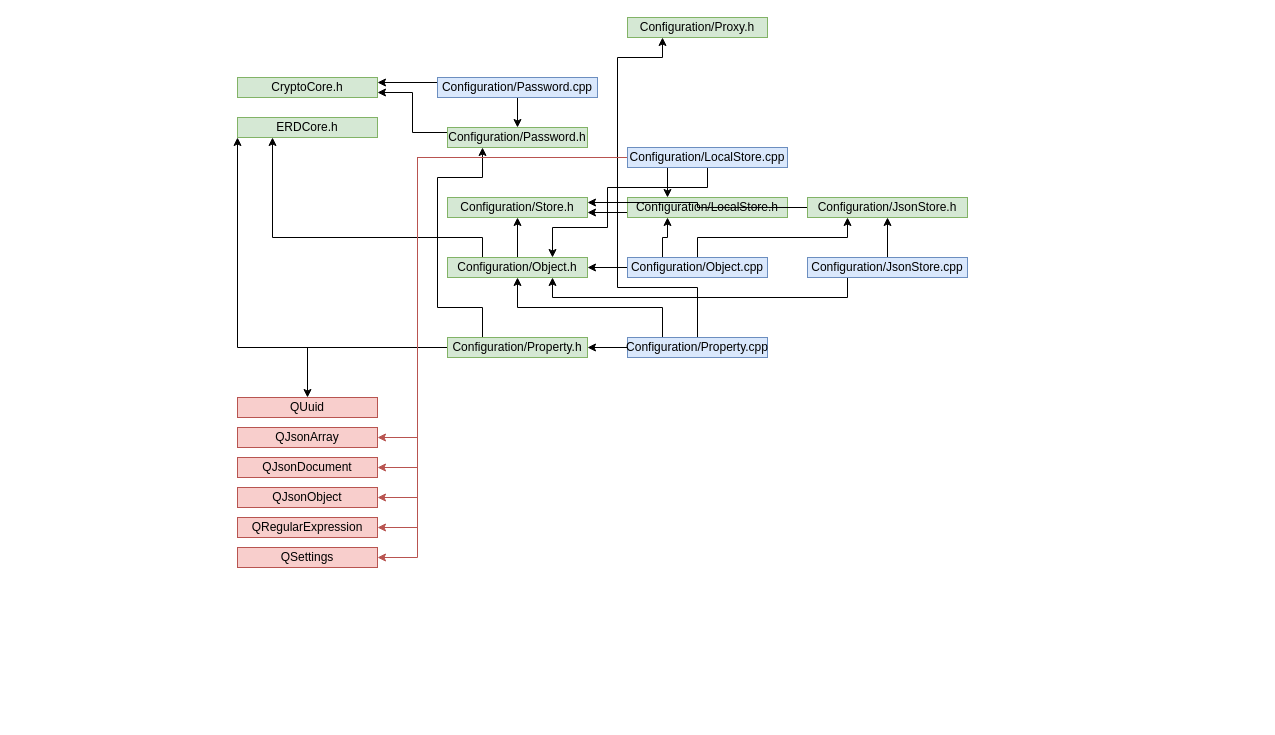
Earlier version of the draw.io diagram ERD Зависимости.drawio (OMRKiruha/Diagramms). Source tidied: cells renumbered, new cells numbered last; positions are measured from the earlier drawing's top-left corner, leaving out a move shared by most shapes. Both pictures are drawn from the tidied source at 100%, with x=0, y=0 at pixel (237, 17).
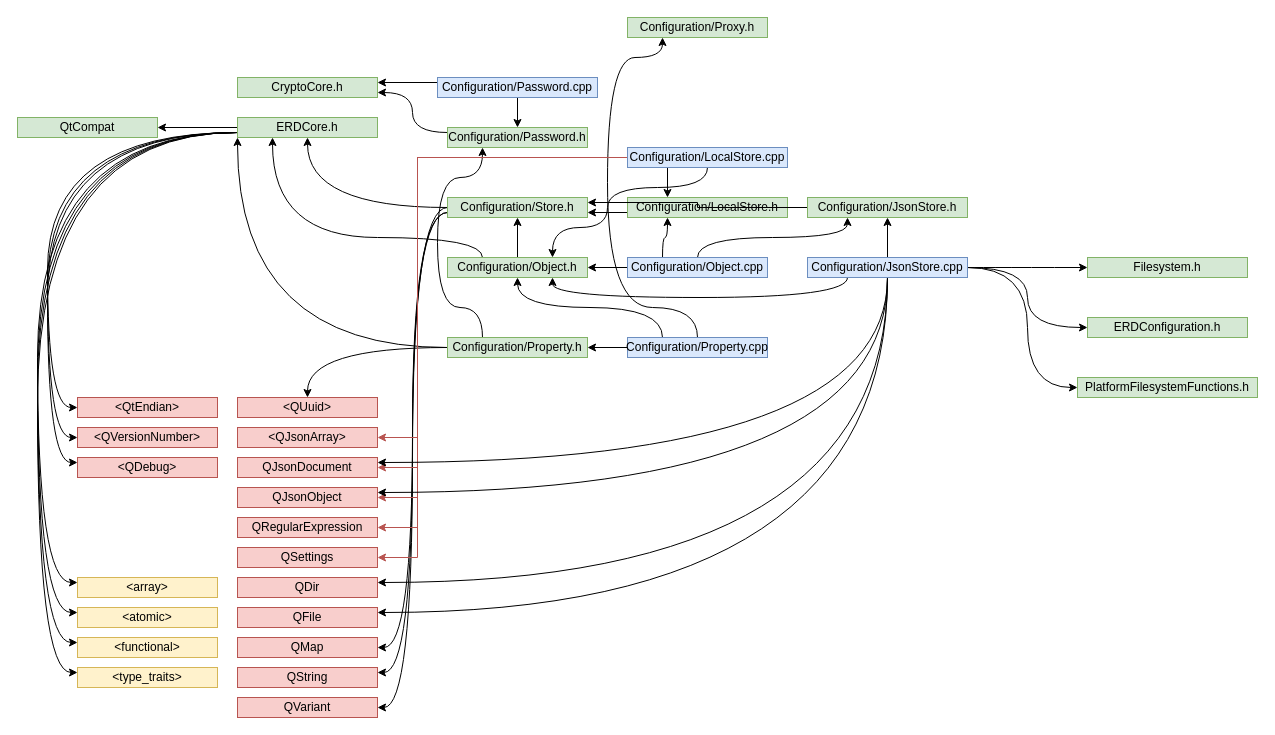
The same diagram, later.

Unchanged cells that the change refers to:
```xml
<mxCell id="2" value="ERDCore.h" style="rounded=0;whiteSpace=wrap;html=1;fillColor=#d5e8d4;strokeColor=#82b366;" parent="1" vertex="1">
  <mxGeometry y="100" width="140" height="20" as="geometry" />
</mxCell>
<mxCell id="3" value="Configuration/Store.h" style="rounded=0;whiteSpace=wrap;html=1;fillColor=#d5e8d4;strokeColor=#82b366;" parent="1" vertex="1">
  <mxGeometry x="210" y="180" width="140" height="20" as="geometry" />
</mxCell>
<mxCell id="6" value="Configuration/Object.h" style="rounded=0;whiteSpace=wrap;html=1;fillColor=#d5e8d4;strokeColor=#82b366;" parent="1" vertex="1">
  <mxGeometry x="210" y="240" width="140" height="20" as="geometry" />
</mxCell>
<mxCell id="10" value="Configuration/Object.cpp" style="rounded=0;whiteSpace=wrap;html=1;fillColor=#dae8fc;strokeColor=#6c8ebf;" parent="1" vertex="1">
  <mxGeometry x="390" y="240" width="140" height="20" as="geometry" />
</mxCell>
<mxCell id="12" value="Configuration/LocalStore.h" style="rounded=0;whiteSpace=wrap;html=1;fillColor=#d5e8d4;strokeColor=#82b366;" parent="1" vertex="1">
  <mxGeometry x="390" y="180" width="160" height="20" as="geometry" />
</mxCell>
<mxCell id="14" value="Configuration/JsonStore.h" style="rounded=0;whiteSpace=wrap;html=1;fillColor=#d5e8d4;strokeColor=#82b366;" parent="1" vertex="1">
  <mxGeometry x="570" y="180" width="160" height="20" as="geometry" />
</mxCell>
<mxCell id="18" value="Configuration/Property.h" style="rounded=0;whiteSpace=wrap;html=1;fillColor=#d5e8d4;strokeColor=#82b366;" parent="1" vertex="1">
  <mxGeometry x="210" y="320" width="140" height="20" as="geometry" />
</mxCell>
<mxCell id="22" value="Configuration/Property.cpp" style="rounded=0;whiteSpace=wrap;html=1;fillColor=#dae8fc;strokeColor=#6c8ebf;" parent="1" vertex="1">
  <mxGeometry x="390" y="320" width="140" height="20" as="geometry" />
</mxCell>
<mxCell id="25" value="Configuration/Password.h" style="rounded=0;whiteSpace=wrap;html=1;fillColor=#d5e8d4;strokeColor=#82b366;" parent="1" vertex="1">
  <mxGeometry x="210" y="110" width="140" height="20" as="geometry" />
</mxCell>
<mxCell id="26" value="Configuration/Proxy.h" style="rounded=0;whiteSpace=wrap;html=1;fillColor=#d5e8d4;strokeColor=#82b366;" parent="1" vertex="1">
  <mxGeometry x="390" width="140" height="20" as="geometry" />
</mxCell>
<mxCell id="27" value="CryptoCore.h" style="rounded=0;whiteSpace=wrap;html=1;fillColor=#d5e8d4;strokeColor=#82b366;" parent="1" vertex="1">
  <mxGeometry y="60" width="140" height="20" as="geometry" />
</mxCell>
<mxCell id="38" value="Configuration/LocalStore.cpp" style="rounded=0;whiteSpace=wrap;html=1;fillColor=#dae8fc;strokeColor=#6c8ebf;" parent="1" vertex="1">
  <mxGeometry x="390" y="130" width="160" height="20" as="geometry" />
</mxCell>
<mxCell id="40" value="QJsonDocument" style="rounded=0;whiteSpace=wrap;html=1;fillColor=#f8cecc;strokeColor=#b85450;" parent="1" vertex="1">
  <mxGeometry y="440" width="140" height="20" as="geometry" />
</mxCell>
<mxCell id="41" value="QJsonObject" style="rounded=0;whiteSpace=wrap;html=1;fillColor=#f8cecc;strokeColor=#b85450;" parent="1" vertex="1">
  <mxGeometry y="470" width="140" height="20" as="geometry" />
</mxCell>
<mxCell id="43" value="QSettings" style="rounded=0;whiteSpace=wrap;html=1;fillColor=#f8cecc;strokeColor=#b85450;" parent="1" vertex="1">
  <mxGeometry y="530" width="140" height="20" as="geometry" />
</mxCell>
<mxCell id="46" value="Configuration/JsonStore.cpp" style="rounded=0;whiteSpace=wrap;html=1;fillColor=#dae8fc;strokeColor=#6c8ebf;" parent="1" vertex="1">
  <mxGeometry x="570" y="240" width="160" height="20" as="geometry" />
</mxCell>
```

The edit, as a diff of the source:
```diff
@@
+    <mxCell id="47" style="edgeStyle=orthogonalEdgeStyle;rounded=0;jettySize=auto;html=1;exitX=0;exitY=0.5;exitDx=0;exitDy=0;entryX=1;entryY=0.5;entryDx=0;entryDy=0;strokeColor=default;" parent="1" edge="1" source="2" target="74">
+      <mxGeometry relative="1" as="geometry" />
+    </mxCell>
+    <mxCell id="48" style="edgeStyle=orthogonalEdgeStyle;curved=1;jettySize=auto;html=1;exitX=0;exitY=0.75;exitDx=0;exitDy=0;entryX=0;entryY=0.5;entryDx=0;entryDy=0;strokeColor=default;" parent="1" edge="1" source="2" target="75">
+      <mxGeometry relative="1" as="geometry">
+        <Array as="points">
+          <mxPoint x="-190" y="115" />
+          <mxPoint x="-190" y="390" />
+        </Array>
+      </mxGeometry>
+    </mxCell>
+    <mxCell id="49" style="edgeStyle=orthogonalEdgeStyle;curved=1;jettySize=auto;html=1;exitX=0;exitY=0.75;exitDx=0;exitDy=0;entryX=0;entryY=0.5;entryDx=0;entryDy=0;strokeColor=default;" parent="1" edge="1" source="2" target="76">
+      <mxGeometry relative="1" as="geometry">
+        <Array as="points">
+          <mxPoint x="-190" y="115" />
+          <mxPoint x="-190" y="420" />
+        </Array>
+      </mxGeometry>
+    </mxCell>
+    <mxCell id="50" style="edgeStyle=orthogonalEdgeStyle;curved=1;jettySize=auto;html=1;exitX=0;exitY=0.75;exitDx=0;exitDy=0;entryX=0;entryY=0.25;entryDx=0;entryDy=0;strokeColor=default;" parent="1" edge="1" source="2" target="77">
+      <mxGeometry relative="1" as="geometry">
+        <Array as="points">
+          <mxPoint x="-190" y="115" />
+          <mxPoint x="-190" y="445" />
+        </Array>
+      </mxGeometry>
+    </mxCell>
+    <mxCell id="51" style="edgeStyle=orthogonalEdgeStyle;curved=1;jettySize=auto;html=1;exitX=0;exitY=0.75;exitDx=0;exitDy=0;entryX=0;entryY=0.25;entryDx=0;entryDy=0;strokeColor=default;" parent="1" edge="1" source="2" target="78">
+      <mxGeometry relative="1" as="geometry">
+        <Array as="points">
+          <mxPoint x="-200" y="115" />
+          <mxPoint x="-200" y="565" />
+        </Array>
+      </mxGeometry>
+    </mxCell>
+    <mxCell id="52" style="edgeStyle=orthogonalEdgeStyle;curved=1;jettySize=auto;html=1;exitX=0;exitY=0.75;exitDx=0;exitDy=0;entryX=0;entryY=0.25;entryDx=0;entryDy=0;strokeColor=default;" parent="1" edge="1" source="2" target="79">
+      <mxGeometry relative="1" as="geometry">
+        <Array as="points">
+          <mxPoint x="-200" y="115" />
+          <mxPoint x="-200" y="595" />
+        </Array>
+      </mxGeometry>
+    </mxCell>
+    <mxCell id="53" style="edgeStyle=orthogonalEdgeStyle;curved=1;jettySize=auto;html=1;exitX=0;exitY=0.75;exitDx=0;exitDy=0;entryX=0;entryY=0.25;entryDx=0;entryDy=0;strokeColor=default;" parent="1" edge="1" source="2" target="80">
+      <mxGeometry relative="1" as="geometry">
+        <Array as="points">
+          <mxPoint x="-200" y="115" />
+          <mxPoint x="-200" y="625" />
+        </Array>
+      </mxGeometry>
+    </mxCell>
+    <mxCell id="54" style="edgeStyle=orthogonalEdgeStyle;curved=1;jettySize=auto;html=1;exitX=0;exitY=0.75;exitDx=0;exitDy=0;entryX=0;entryY=0.25;entryDx=0;entryDy=0;strokeColor=default;" parent="1" edge="1" source="2" target="81">
+      <mxGeometry relative="1" as="geometry">
+        <Array as="points">
+          <mxPoint x="-200" y="115" />
+          <mxPoint x="-200" y="655" />
+        </Array>
+      </mxGeometry>
+    </mxCell>
@@
+    <mxCell id="55" style="edgeStyle=orthogonalEdgeStyle;curved=1;jettySize=auto;html=1;exitX=0;exitY=0.5;exitDx=0;exitDy=0;entryX=0.5;entryY=1;entryDx=0;entryDy=0;strokeColor=default;" parent="1" edge="1" source="3" target="2">
+      <mxGeometry relative="1" as="geometry" />
+    </mxCell>
+    <mxCell id="56" style="edgeStyle=orthogonalEdgeStyle;curved=1;jettySize=auto;html=1;exitX=0;exitY=0.75;exitDx=0;exitDy=0;entryX=1;entryY=0.5;entryDx=0;entryDy=0;strokeColor=default;" parent="1" edge="1" source="3" target="71">
+      <mxGeometry relative="1" as="geometry" />
+    </mxCell>
+    <mxCell id="57" style="edgeStyle=orthogonalEdgeStyle;curved=1;jettySize=auto;html=1;exitX=0;exitY=0.75;exitDx=0;exitDy=0;entryX=1;entryY=0.25;entryDx=0;entryDy=0;strokeColor=default;" parent="1" edge="1" source="3" target="72">
+      <mxGeometry relative="1" as="geometry" />
+    </mxCell>
+    <mxCell id="58" style="edgeStyle=orthogonalEdgeStyle;curved=1;jettySize=auto;html=1;exitX=0;exitY=0.5;exitDx=0;exitDy=0;entryX=1;entryY=0.5;entryDx=0;entryDy=0;strokeColor=default;" parent="1" edge="1" source="3" target="73">
+      <mxGeometry relative="1" as="geometry" />
+    </mxCell>
@@
-    <mxCell id="5" style="edgeStyle=orthogonalEdgeStyle;rounded=0;jettySize=auto;html=1;exitX=0.25;exitY=0;exitDx=0;exitDy=0;entryX=0.25;entryY=1;entryDx=0;entryDy=0;" parent="1" edge="1" source="6" target="2">
+    <mxCell id="5" style="edgeStyle=orthogonalEdgeStyle;jettySize=auto;html=1;exitX=0.25;exitY=0;exitDx=0;exitDy=0;entryX=0.25;entryY=1;entryDx=0;entryDy=0;curved=1;" parent="1" edge="1" source="6" target="2">
       <mxGeometry relative="1" as="geometry">
         <Array as="points">
           <mxPoint x="245" y="220" />
           <mxPoint x="35" y="220" />
         </Array>
       </mxGeometry>
     </mxCell>
@@
-    <mxCell id="8" style="edgeStyle=orthogonalEdgeStyle;rounded=0;jettySize=auto;html=1;exitX=0.25;exitY=0;exitDx=0;exitDy=0;entryX=0.25;entryY=1;entryDx=0;entryDy=0;" parent="1" edge="1" source="10" target="12">
+    <mxCell id="8" style="edgeStyle=orthogonalEdgeStyle;jettySize=auto;html=1;exitX=0.25;exitY=0;exitDx=0;exitDy=0;entryX=0.25;entryY=1;entryDx=0;entryDy=0;curved=1;" parent="1" edge="1" source="10" target="12">
       <mxGeometry relative="1" as="geometry" />
     </mxCell>
-    <mxCell id="9" style="edgeStyle=orthogonalEdgeStyle;rounded=0;jettySize=auto;html=1;exitX=0.5;exitY=0;exitDx=0;exitDy=0;entryX=0.25;entryY=1;entryDx=0;entryDy=0;" parent="1" edge="1" source="10" target="14">
+    <mxCell id="9" style="edgeStyle=orthogonalEdgeStyle;jettySize=auto;html=1;exitX=0.5;exitY=0;exitDx=0;exitDy=0;entryX=0.25;entryY=1;entryDx=0;entryDy=0;curved=1;" parent="1" edge="1" source="10" target="14">
       <mxGeometry relative="1" as="geometry" />
     </mxCell>
@@
-    <mxCell id="15" style="edgeStyle=orthogonalEdgeStyle;rounded=0;jettySize=auto;html=1;exitX=0;exitY=0.5;exitDx=0;exitDy=0;entryX=0.5;entryY=0;entryDx=0;entryDy=0;" parent="1" edge="1" source="18" target="23">
+    <mxCell id="15" style="edgeStyle=orthogonalEdgeStyle;jettySize=auto;html=1;exitX=0;exitY=0.5;exitDx=0;exitDy=0;entryX=0.5;entryY=0;entryDx=0;entryDy=0;curved=1;" parent="1" edge="1" source="18" target="23">
       <mxGeometry relative="1" as="geometry" />
     </mxCell>
-    <mxCell id="16" style="edgeStyle=orthogonalEdgeStyle;rounded=0;jettySize=auto;html=1;exitX=0;exitY=0.5;exitDx=0;exitDy=0;entryX=0;entryY=1;entryDx=0;entryDy=0;" parent="1" edge="1" source="18" target="2">
+    <mxCell id="16" style="edgeStyle=orthogonalEdgeStyle;jettySize=auto;html=1;exitX=0;exitY=0.5;exitDx=0;exitDy=0;entryX=0;entryY=1;entryDx=0;entryDy=0;curved=1;" parent="1" edge="1" source="18" target="2">
       <mxGeometry relative="1" as="geometry">
         <Array as="points">
           <mxPoint y="330" />
         </Array>
       </mxGeometry>
     </mxCell>
-    <mxCell id="17" style="edgeStyle=orthogonalEdgeStyle;rounded=0;jettySize=auto;html=1;exitX=0.25;exitY=0;exitDx=0;exitDy=0;entryX=0.25;entryY=1;entryDx=0;entryDy=0;" parent="1" edge="1" source="18" target="25">
+    <mxCell id="17" style="edgeStyle=orthogonalEdgeStyle;jettySize=auto;html=1;exitX=0.25;exitY=0;exitDx=0;exitDy=0;entryX=0.25;entryY=1;entryDx=0;entryDy=0;curved=1;" parent="1" edge="1" source="18" target="25">
       <mxGeometry relative="1" as="geometry">
         <Array as="points">
           <mxPoint x="245" y="290" />
           <mxPoint x="200" y="290" />
           <mxPoint x="200" y="160" />
           <mxPoint x="245" y="160" />
         </Array>
       </mxGeometry>
     </mxCell>
@@
-    <mxCell id="19" style="edgeStyle=orthogonalEdgeStyle;rounded=0;jettySize=auto;html=1;exitX=0.25;exitY=0;exitDx=0;exitDy=0;entryX=0.5;entryY=1;entryDx=0;entryDy=0;" parent="1" edge="1" source="22" target="6">
+    <mxCell id="19" style="edgeStyle=orthogonalEdgeStyle;jettySize=auto;html=1;exitX=0.25;exitY=0;exitDx=0;exitDy=0;entryX=0.5;entryY=1;entryDx=0;entryDy=0;curved=1;" parent="1" edge="1" source="22" target="6">
       <mxGeometry relative="1" as="geometry" />
     </mxCell>
@@
-    <mxCell id="21" style="edgeStyle=orthogonalEdgeStyle;rounded=0;jettySize=auto;html=1;exitX=0.5;exitY=0;exitDx=0;exitDy=0;entryX=0.25;entryY=1;entryDx=0;entryDy=0;" parent="1" edge="1" source="22" target="26">
+    <mxCell id="21" style="edgeStyle=orthogonalEdgeStyle;jettySize=auto;html=1;exitX=0.5;exitY=0;exitDx=0;exitDy=0;entryX=0.25;entryY=1;entryDx=0;entryDy=0;curved=1;" parent="1" edge="1" source="22" target="26">
       <mxGeometry relative="1" as="geometry">
         <Array as="points">
-          <mxPoint x="460" y="270" />
-          <mxPoint x="380" y="270" />
-          <mxPoint x="380" y="40" />
+          <mxPoint x="460" y="290" />
+          <mxPoint x="370" y="290" />
+          <mxPoint x="370" y="40" />
           <mxPoint x="425" y="40" />
         </Array>
       </mxGeometry>
     </mxCell>
@@
-    <mxCell id="23" value="QUuid" style="rounded=0;whiteSpace=wrap;html=1;fillColor=#f8cecc;strokeColor=#b85450;" parent="1" vertex="1">
+    <mxCell id="23" value="&amp;lt;QUuid&amp;gt;" style="rounded=0;whiteSpace=wrap;html=1;fillColor=#f8cecc;strokeColor=#b85450;" parent="1" vertex="1">
       <mxGeometry y="380" width="140" height="20" as="geometry" />
     </mxCell>
-    <mxCell id="24" style="edgeStyle=orthogonalEdgeStyle;rounded=0;jettySize=auto;html=1;exitX=0;exitY=0.25;exitDx=0;exitDy=0;entryX=1;entryY=0.75;entryDx=0;entryDy=0;" parent="1" edge="1" source="25" target="27">
+    <mxCell id="24" style="edgeStyle=orthogonalEdgeStyle;jettySize=auto;html=1;exitX=0;exitY=0.25;exitDx=0;exitDy=0;entryX=1;entryY=0.75;entryDx=0;entryDy=0;curved=1;" parent="1" edge="1" source="25" target="27">
       <mxGeometry relative="1" as="geometry" />
     </mxCell>
@@
-    <mxCell id="35" style="edgeStyle=orthogonalEdgeStyle;rounded=0;jettySize=auto;html=1;exitX=0.5;exitY=1;exitDx=0;exitDy=0;entryX=0.75;entryY=0;entryDx=0;entryDy=0;" parent="1" edge="1" source="38" target="6">
+    <mxCell id="35" style="edgeStyle=orthogonalEdgeStyle;jettySize=auto;html=1;exitX=0.5;exitY=1;exitDx=0;exitDy=0;entryX=0.75;entryY=0;entryDx=0;entryDy=0;curved=1;" parent="1" edge="1" source="38" target="6">
       <mxGeometry relative="1" as="geometry">
         <Array as="points">
           <mxPoint x="470" y="170" />
           <mxPoint x="370" y="170" />
           <mxPoint x="370" y="210" />
           <mxPoint x="315" y="210" />
         </Array>
       </mxGeometry>
     </mxCell>
@@
-    <mxCell id="37" style="edgeStyle=orthogonalEdgeStyle;rounded=0;jettySize=auto;html=1;exitX=0;exitY=0.5;exitDx=0;exitDy=0;entryX=1;entryY=0.5;entryDx=0;entryDy=0;fillColor=#f8cecc;strokeColor=#b85450;" parent="1" edge="1" source="38" target="43">
+    <mxCell id="37" style="edgeStyle=orthogonalEdgeStyle;jettySize=auto;html=1;exitX=0;exitY=0.5;exitDx=0;exitDy=0;entryX=1;entryY=0.5;entryDx=0;entryDy=0;fillColor=#f8cecc;strokeColor=#b85450;rounded=0;" parent="1" edge="1" source="38" target="43">
       <mxGeometry relative="1" as="geometry">
         <Array as="points">
           <mxPoint x="180" y="140" />
           <mxPoint x="180" y="540" />
         </Array>
       </mxGeometry>
     </mxCell>
@@
-    <mxCell id="39" value="QJsonArray" style="rounded=0;whiteSpace=wrap;html=1;fillColor=#f8cecc;strokeColor=#b85450;" parent="1" vertex="1">
+    <mxCell id="39" value="&amp;lt;QJsonArray&amp;gt;" style="rounded=0;whiteSpace=wrap;html=1;fillColor=#f8cecc;strokeColor=#b85450;" parent="1" vertex="1">
       <mxGeometry y="410" width="140" height="20" as="geometry" />
     </mxCell>
@@
-    <mxCell id="45" style="edgeStyle=orthogonalEdgeStyle;rounded=0;jettySize=auto;html=1;exitX=0.25;exitY=1;exitDx=0;exitDy=0;entryX=0.75;entryY=1;entryDx=0;entryDy=0;" parent="1" edge="1" source="46" target="6">
+    <mxCell id="45" style="edgeStyle=orthogonalEdgeStyle;jettySize=auto;html=1;exitX=0.25;exitY=1;exitDx=0;exitDy=0;entryX=0.75;entryY=1;entryDx=0;entryDy=0;curved=1;" parent="1" edge="1" source="46" target="6">
       <mxGeometry relative="1" as="geometry">
         <Array as="points">
           <mxPoint x="610" y="280" />
           <mxPoint x="315" y="280" />
         </Array>
       </mxGeometry>
     </mxCell>
+    <mxCell id="59" style="edgeStyle=orthogonalEdgeStyle;jettySize=auto;html=1;exitX=0.5;exitY=1;exitDx=0;exitDy=0;entryX=1;entryY=0.25;entryDx=0;entryDy=0;curved=1;" parent="1" edge="1" source="46" target="40">
+      <mxGeometry relative="1" as="geometry">
+        <Array as="points">
+          <mxPoint x="650" y="445" />
+        </Array>
+      </mxGeometry>
+    </mxCell>
+    <mxCell id="60" style="edgeStyle=orthogonalEdgeStyle;jettySize=auto;html=1;exitX=0.5;exitY=1;exitDx=0;exitDy=0;entryX=1;entryY=0.25;entryDx=0;entryDy=0;curved=1;strokeColor=default;" parent="1" edge="1" source="46" target="41">
+      <mxGeometry relative="1" as="geometry" />
+    </mxCell>
+    <mxCell id="61" style="edgeStyle=orthogonalEdgeStyle;jettySize=auto;html=1;exitX=0.5;exitY=1;exitDx=0;exitDy=0;entryX=1;entryY=0.25;entryDx=0;entryDy=0;curved=1;" parent="1" edge="1" source="46" target="66">
+      <mxGeometry relative="1" as="geometry" />
+    </mxCell>
+    <mxCell id="62" style="edgeStyle=orthogonalEdgeStyle;jettySize=auto;html=1;exitX=0.5;exitY=1;exitDx=0;exitDy=0;entryX=1;entryY=0.25;entryDx=0;entryDy=0;curved=1;" parent="1" edge="1" source="46" target="67">
+      <mxGeometry relative="1" as="geometry" />
+    </mxCell>
+    <mxCell id="63" style="edgeStyle=orthogonalEdgeStyle;jettySize=auto;html=1;exitX=1;exitY=0.5;exitDx=0;exitDy=0;entryX=0;entryY=0.5;entryDx=0;entryDy=0;curved=1;" parent="1" edge="1" source="46" target="68">
+      <mxGeometry relative="1" as="geometry" />
+    </mxCell>
+    <mxCell id="64" style="edgeStyle=orthogonalEdgeStyle;jettySize=auto;html=1;exitX=1;exitY=0.5;exitDx=0;exitDy=0;entryX=0;entryY=0.5;entryDx=0;entryDy=0;curved=1;" parent="1" edge="1" source="46" target="69">
+      <mxGeometry relative="1" as="geometry" />
+    </mxCell>
+    <mxCell id="65" style="edgeStyle=orthogonalEdgeStyle;jettySize=auto;html=1;exitX=1;exitY=0.5;exitDx=0;exitDy=0;entryX=0;entryY=0.5;entryDx=0;entryDy=0;curved=1;" parent="1" edge="1" source="46" target="70">
+      <mxGeometry relative="1" as="geometry">
+        <Array as="points">
+          <mxPoint x="790" y="250" />
+          <mxPoint x="790" y="370" />
+        </Array>
+      </mxGeometry>
+    </mxCell>
@@
+    <mxCell id="66" value="QDir" style="rounded=0;whiteSpace=wrap;html=1;fillColor=#f8cecc;strokeColor=#b85450;" parent="1" vertex="1">
+      <mxGeometry y="560" width="140" height="20" as="geometry" />
+    </mxCell>
+    <mxCell id="67" value="QFile" style="rounded=0;whiteSpace=wrap;html=1;fillColor=#f8cecc;strokeColor=#b85450;" parent="1" vertex="1">
+      <mxGeometry y="590" width="140" height="20" as="geometry" />
+    </mxCell>
+    <mxCell id="68" value="Filesystem.h" style="rounded=0;whiteSpace=wrap;html=1;fillColor=#d5e8d4;strokeColor=#82b366;" parent="1" vertex="1">
+      <mxGeometry x="850" y="240" width="160" height="20" as="geometry" />
+    </mxCell>
+    <mxCell id="69" value="ERDConfiguration.h" style="rounded=0;whiteSpace=wrap;html=1;fillColor=#d5e8d4;strokeColor=#82b366;" parent="1" vertex="1">
+      <mxGeometry x="850" y="300" width="160" height="20" as="geometry" />
+    </mxCell>
+    <mxCell id="70" value="PlatformFilesystemFunctions.h" style="rounded=0;whiteSpace=wrap;html=1;fillColor=#d5e8d4;strokeColor=#82b366;" parent="1" vertex="1">
+      <mxGeometry x="840" y="360" width="180" height="20" as="geometry" />
+    </mxCell>
+    <mxCell id="71" value="QMap" style="rounded=0;whiteSpace=wrap;html=1;fillColor=#f8cecc;strokeColor=#b85450;" parent="1" vertex="1">
+      <mxGeometry y="620" width="140" height="20" as="geometry" />
+    </mxCell>
+    <mxCell id="72" value="QString" style="rounded=0;whiteSpace=wrap;html=1;fillColor=#f8cecc;strokeColor=#b85450;" parent="1" vertex="1">
+      <mxGeometry y="650" width="140" height="20" as="geometry" />
+    </mxCell>
+    <mxCell id="73" value="QVariant" style="rounded=0;whiteSpace=wrap;html=1;fillColor=#f8cecc;strokeColor=#b85450;" parent="1" vertex="1">
+      <mxGeometry y="680" width="140" height="20" as="geometry" />
+    </mxCell>
+    <mxCell id="74" value="QtCompat" style="rounded=0;whiteSpace=wrap;html=1;fillColor=#d5e8d4;strokeColor=#82b366;" parent="1" vertex="1">
+      <mxGeometry x="-220" y="100" width="140" height="20" as="geometry" />
+    </mxCell>
+    <mxCell id="75" value="&amp;lt;QtEndian&amp;gt;" style="rounded=0;whiteSpace=wrap;html=1;fillColor=#f8cecc;strokeColor=#b85450;" parent="1" vertex="1">
+      <mxGeometry x="-160" y="380" width="140" height="20" as="geometry" />
+    </mxCell>
+    <mxCell id="76" value="&amp;lt;QVersionNumber&amp;gt;" style="rounded=0;whiteSpace=wrap;html=1;fillColor=#f8cecc;strokeColor=#b85450;" parent="1" vertex="1">
+      <mxGeometry x="-160" y="410" width="140" height="20" as="geometry" />
+    </mxCell>
+    <mxCell id="77" value="&amp;lt;QDebug&amp;gt;" style="rounded=0;whiteSpace=wrap;html=1;fillColor=#f8cecc;strokeColor=#b85450;" parent="1" vertex="1">
+      <mxGeometry x="-160" y="440" width="140" height="20" as="geometry" />
+    </mxCell>
+    <mxCell id="78" value="&amp;lt;array&amp;gt;" style="rounded=0;whiteSpace=wrap;html=1;fillColor=#fff2cc;strokeColor=#d6b656;" parent="1" vertex="1">
+      <mxGeometry x="-160" y="560" width="140" height="20" as="geometry" />
+    </mxCell>
+    <mxCell id="79" value="&amp;lt;atomic&amp;gt;" style="rounded=0;whiteSpace=wrap;html=1;fillColor=#fff2cc;strokeColor=#d6b656;" parent="1" vertex="1">
+      <mxGeometry x="-160" y="590" width="140" height="20" as="geometry" />
+    </mxCell>
+    <mxCell id="80" value="&amp;lt;functional&amp;gt;" style="rounded=0;whiteSpace=wrap;html=1;fillColor=#fff2cc;strokeColor=#d6b656;" parent="1" vertex="1">
+      <mxGeometry x="-160" y="620" width="140" height="20" as="geometry" />
+    </mxCell>
+    <mxCell id="81" value="&amp;lt;type_traits&amp;gt;" style="rounded=0;whiteSpace=wrap;html=1;fillColor=#fff2cc;strokeColor=#d6b656;" parent="1" vertex="1">
+      <mxGeometry x="-160" y="650" width="140" height="20" as="geometry" />
+    </mxCell>
```
